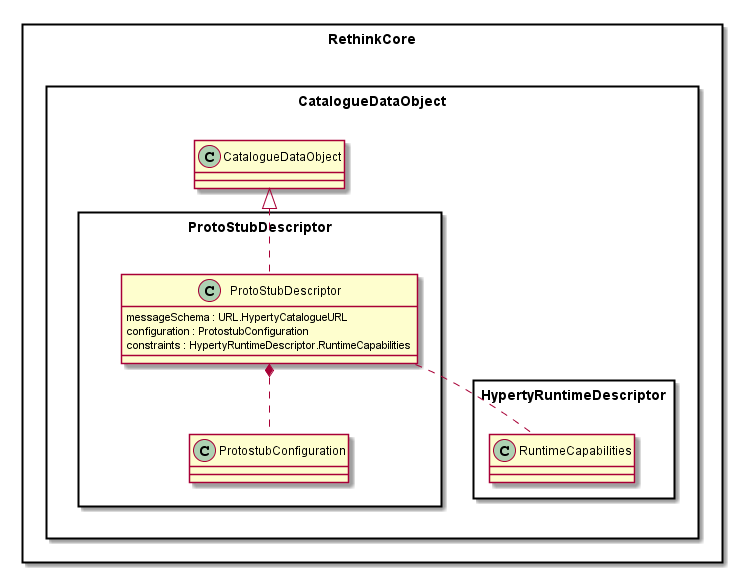
Above: datamodel/core/hyperty-catalogue/Protostub-Descriptor-Data-Object-Model.png in reTHINK-project/specs (PlantUML), before the change. The source it was exported from:
```plantuml
@startuml "../../datamodel/core/hyperty-catalogue/Protostub-Descriptor-Data-Object-Model.png"

package RethinkCore <<Rect>> {

	package CatalogueDataObject <<Rect>> {

		package HypertyRuntimeDescriptor <<Rect>> {
		}

		package ProtoStubDescriptor <<Rect>> {

			class ProtoStubDescriptor {
				messageSchema : URL.HypertyCatalogueURL
				configuration : ProtostubConfiguration
				constraints : HypertyRuntimeDescriptor.RuntimeCapabilities
			}


			class ProtostubConfiguration {
			}

			ProtoStubDescriptor .. HypertyRuntimeDescriptor.RuntimeCapabilities
			ProtoStubDescriptor .up.|> CatalogueDataObject.CatalogueDataObject
			ProtoStubDescriptor *.. ProtostubConfiguration
		}
	}
}
@enduml
```
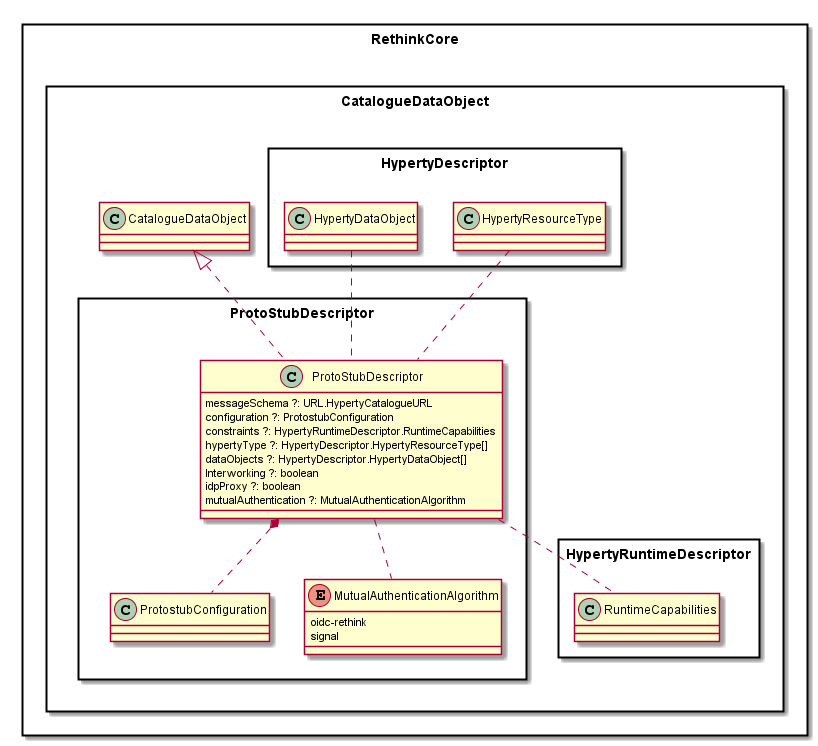
Above is the later version.

Diff of the diagram source:
```diff
@@ -7,21 +7,39 @@
 		package HypertyRuntimeDescriptor <<Rect>> {
 		}
 
+		package HypertyDescriptor <<Rect>> {
+		}
+
 		package ProtoStubDescriptor <<Rect>> {
 
 			class ProtoStubDescriptor {
-				messageSchema : URL.HypertyCatalogueURL
-				configuration : ProtostubConfiguration
-				constraints : HypertyRuntimeDescriptor.RuntimeCapabilities
+				messageSchema ?: URL.HypertyCatalogueURL
+				configuration ?: ProtostubConfiguration
+				constraints ?: HypertyRuntimeDescriptor.RuntimeCapabilities
+				hypertyType ?: HypertyDescriptor.HypertyResourceType[]
+				dataObjects ?: HypertyDescriptor.HypertyDataObject[]
+				Interworking ?: boolean
+				idpProxy ?: boolean
+				mutualAuthentication ?: MutualAuthenticationAlgorithm
 			}
 
 
 			class ProtostubConfiguration {
 			}
 
+
+			enum MutualAuthenticationAlgorithm {
+			 oidc-rethink
+			 signal
+			}
+
+			ProtoStubDescriptor .up. HypertyDescriptor.HypertyDataObject
+			ProtoStubDescriptor .up. HypertyDescriptor.HypertyResourceType
+
 			ProtoStubDescriptor .. HypertyRuntimeDescriptor.RuntimeCapabilities
 			ProtoStubDescriptor .up.|> CatalogueDataObject.CatalogueDataObject
 			ProtoStubDescriptor *.. ProtostubConfiguration
+			ProtoStubDescriptor .. MutualAuthenticationAlgorithm
 		}
 	}
 }
```
